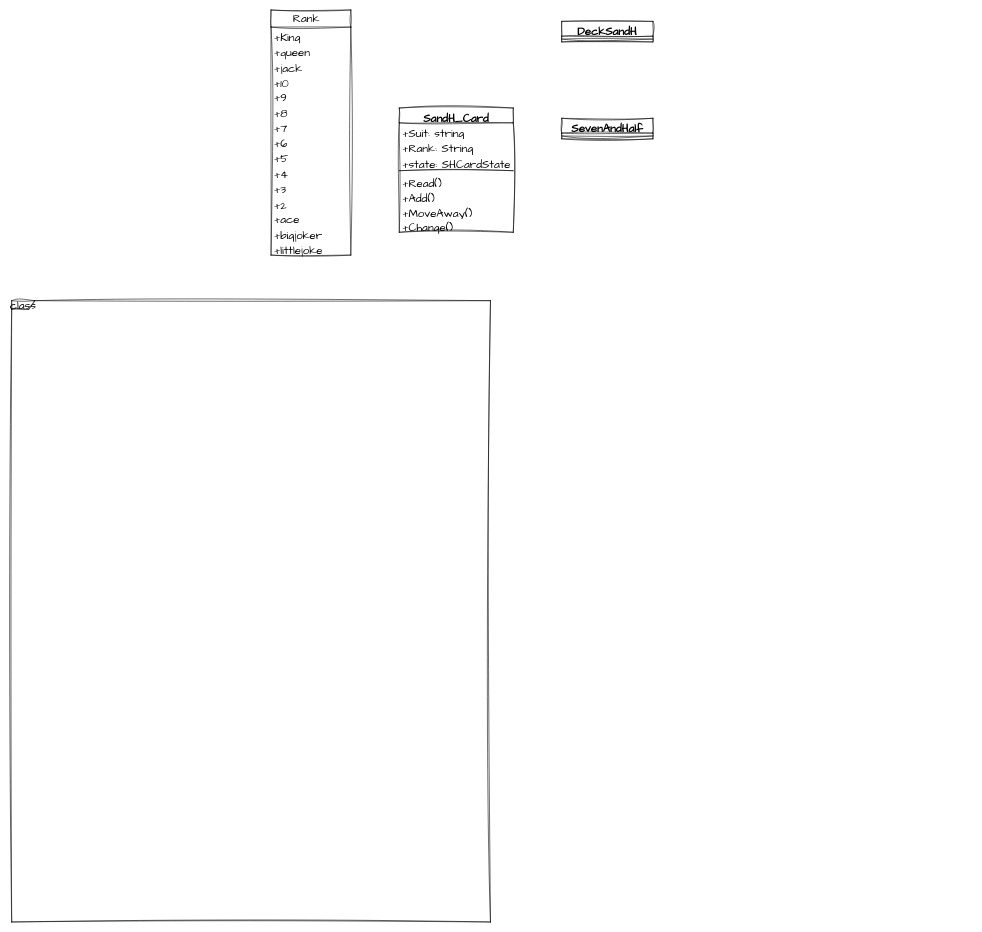
The draw.io diagram draw/1类图.drawio in gyyst/img, before the edit. Source tidied: cells renumbered, new cells numbered last; positions are measured from the earlier drawing's top-left corner, leaving out a move shared by most shapes. Both pictures are drawn from the tidied source at 57%, with x=0, y=0 at pixel (11, 10).
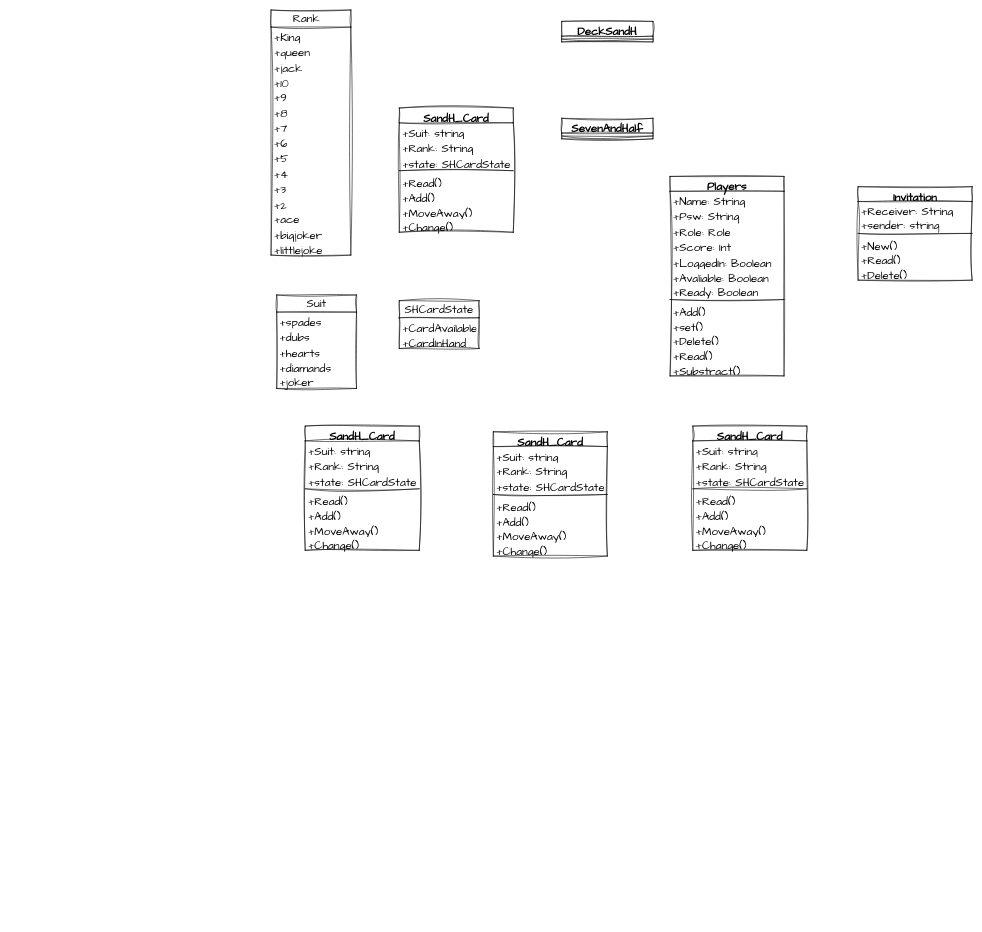
The same page after the edit.

Change to the diagram source:
```diff
@@
-    <mxCell id="2" value="class" style="shape=umlFrame;whiteSpace=wrap;html=1;sketch=1;hachureGap=4;jiggle=2;curveFitting=1;fontFamily=Architects Daughter;fontSize=20;width=40;height=15;" parent="1" vertex="1">
-      <mxGeometry y="510" width="840" height="1090" as="geometry" />
-    </mxCell>
@@
+    <mxCell id="32" value="Suit" style="swimlane;fontStyle=0;horizontal=1;startSize=30;fillColor=none;whiteSpace=wrap;html=1;sketch=1;hachureGap=4;jiggle=2;curveFitting=1;fontFamily=Architects Daughter;fontSize=20;" parent="1" vertex="1">
+      <mxGeometry x="465" y="500" width="140" height="164" as="geometry" />
+    </mxCell>
+    <mxCell id="33" value="+spades&lt;br/&gt;" style="text;strokeColor=none;fillColor=none;align=left;verticalAlign=top;spacingLeft=4;spacingRight=4;overflow=hidden;whiteSpace=wrap;html=1;fontSize=20;fontFamily=Architects Daughter;" parent="32" vertex="1">
+      <mxGeometry y="30" width="140" height="26" as="geometry" />
+    </mxCell>
+    <mxCell id="34" value="+dubs" style="text;strokeColor=none;fillColor=none;align=left;verticalAlign=top;spacingLeft=4;spacingRight=4;overflow=hidden;whiteSpace=wrap;html=1;fontSize=20;fontFamily=Architects Daughter;" parent="32" vertex="1">
+      <mxGeometry y="56" width="140" height="28" as="geometry" />
+    </mxCell>
+    <mxCell id="35" value="+hearts&lt;br/&gt;" style="text;strokeColor=none;fillColor=none;align=left;verticalAlign=top;spacingLeft=4;spacingRight=4;overflow=hidden;whiteSpace=wrap;html=1;fontSize=20;fontFamily=Architects Daughter;" parent="32" vertex="1">
+      <mxGeometry y="84" width="140" height="26" as="geometry" />
+    </mxCell>
+    <mxCell id="36" value="+diamands" style="text;strokeColor=none;fillColor=none;align=left;verticalAlign=top;spacingLeft=4;spacingRight=4;overflow=hidden;whiteSpace=wrap;html=1;fontSize=20;fontFamily=Architects Daughter;" parent="32" vertex="1">
+      <mxGeometry y="110" width="140" height="26" as="geometry" />
+    </mxCell>
+    <mxCell id="37" value="+joker&lt;br/&gt;" style="text;strokeColor=none;fillColor=none;align=left;verticalAlign=top;spacingLeft=4;spacingRight=4;overflow=hidden;whiteSpace=wrap;html=1;fontSize=20;fontFamily=Architects Daughter;" parent="32" vertex="1">
+      <mxGeometry y="136" width="140" height="28" as="geometry" />
+    </mxCell>
+    <mxCell id="38" value="SHCardState" style="swimlane;fontStyle=0;horizontal=1;startSize=30;fillColor=none;whiteSpace=wrap;html=1;sketch=1;hachureGap=4;jiggle=2;curveFitting=1;fontFamily=Architects Daughter;fontSize=20;" parent="1" vertex="1">
+      <mxGeometry x="680" y="510" width="140" height="84" as="geometry" />
+    </mxCell>
+    <mxCell id="39" value="+CardAvailable" style="text;strokeColor=none;fillColor=none;align=left;verticalAlign=top;spacingLeft=4;spacingRight=4;overflow=hidden;whiteSpace=wrap;html=1;fontSize=20;fontFamily=Architects Daughter;" parent="38" vertex="1">
+      <mxGeometry y="30" width="140" height="26" as="geometry" />
+    </mxCell>
+    <mxCell id="40" value="+CardInHand" style="text;strokeColor=none;fillColor=none;align=left;verticalAlign=top;spacingLeft=4;spacingRight=4;overflow=hidden;whiteSpace=wrap;html=1;fontSize=20;fontFamily=Architects Daughter;" parent="38" vertex="1">
+      <mxGeometry y="56" width="140" height="28" as="geometry" />
+    </mxCell>
+    <mxCell id="41" value="Players" style="swimlane;fontStyle=1;align=center;verticalAlign=top;horizontal=1;startSize=26;whiteSpace=wrap;html=1;sketch=1;hachureGap=4;jiggle=2;curveFitting=1;fontFamily=Architects Daughter;fontSize=20;" parent="1" vertex="1">
+      <mxGeometry x="1155" y="292" width="200" height="350" as="geometry" />
+    </mxCell>
+    <mxCell id="42" value="+Name: String&lt;br/&gt;" style="text;strokeColor=none;fillColor=none;align=left;verticalAlign=top;spacingLeft=4;spacingRight=4;overflow=hidden;whiteSpace=wrap;html=1;fontSize=20;fontFamily=Architects Daughter;" parent="41" vertex="1">
+      <mxGeometry y="26" width="200" height="26" as="geometry" />
+    </mxCell>
+    <mxCell id="43" value="+Psw: String" style="text;strokeColor=none;fillColor=none;align=left;verticalAlign=top;spacingLeft=4;spacingRight=4;overflow=hidden;whiteSpace=wrap;html=1;fontSize=20;fontFamily=Architects Daughter;" parent="41" vertex="1">
+      <mxGeometry y="52" width="200" height="28" as="geometry" />
+    </mxCell>
+    <mxCell id="44" value="+Role: Role" style="text;strokeColor=none;fillColor=none;align=left;verticalAlign=top;spacingLeft=4;spacingRight=4;overflow=hidden;whiteSpace=wrap;html=1;fontSize=20;fontFamily=Architects Daughter;" parent="41" vertex="1">
+      <mxGeometry y="80" width="200" height="26" as="geometry" />
+    </mxCell>
+    <mxCell id="45" value="+Score: Int" style="text;strokeColor=none;fillColor=none;align=left;verticalAlign=top;spacingLeft=4;spacingRight=4;overflow=hidden;whiteSpace=wrap;html=1;fontSize=20;fontFamily=Architects Daughter;" parent="41" vertex="1">
+      <mxGeometry y="106" width="200" height="28" as="geometry" />
+    </mxCell>
+    <mxCell id="46" value="+LoggedIn: Boolean" style="text;strokeColor=none;fillColor=none;align=left;verticalAlign=top;spacingLeft=4;spacingRight=4;overflow=hidden;whiteSpace=wrap;html=1;fontSize=20;fontFamily=Architects Daughter;" parent="41" vertex="1">
+      <mxGeometry y="134" width="200" height="26" as="geometry" />
+    </mxCell>
+    <mxCell id="47" value="+Avaliable: Boolean" style="text;strokeColor=none;fillColor=none;align=left;verticalAlign=top;spacingLeft=4;spacingRight=4;overflow=hidden;whiteSpace=wrap;html=1;fontSize=20;fontFamily=Architects Daughter;" parent="41" vertex="1">
+      <mxGeometry y="160" width="200" height="26" as="geometry" />
+    </mxCell>
+    <mxCell id="48" value="+Ready: Boolean" style="text;strokeColor=none;fillColor=none;align=left;verticalAlign=top;spacingLeft=4;spacingRight=4;overflow=hidden;whiteSpace=wrap;html=1;fontSize=20;fontFamily=Architects Daughter;" parent="41" vertex="1">
+      <mxGeometry y="186" width="200" height="26" as="geometry" />
+    </mxCell>
+    <mxCell id="49" style="line;strokeWidth=1;fillColor=none;align=left;verticalAlign=middle;spacingTop=-1;spacingLeft=3;spacingRight=3;labelPosition=right;strokeColor=inherit;sketch=1;hachureGap=4;jiggle=2;curveFitting=1;fontFamily=Architects Daughter;fontSize=20;" parent="41" vertex="1">
+      <mxGeometry y="212" width="200" height="8" as="geometry" />
+    </mxCell>
+    <mxCell id="50" value="+Add()" style="text;strokeColor=none;fillColor=none;align=left;verticalAlign=top;spacingLeft=4;spacingRight=4;overflow=hidden;whiteSpace=wrap;html=1;fontSize=20;fontFamily=Architects Daughter;" parent="41" vertex="1">
+      <mxGeometry y="220" width="200" height="26" as="geometry" />
+    </mxCell>
+    <mxCell id="51" value="+set()&lt;br/&gt;" style="text;strokeColor=none;fillColor=none;align=left;verticalAlign=top;spacingLeft=4;spacingRight=4;overflow=hidden;whiteSpace=wrap;html=1;fontSize=20;fontFamily=Architects Daughter;" parent="41" vertex="1">
+      <mxGeometry y="246" width="200" height="26" as="geometry" />
+    </mxCell>
+    <mxCell id="52" value="+Delete()&lt;br/&gt;" style="text;strokeColor=none;fillColor=none;align=left;verticalAlign=top;spacingLeft=4;spacingRight=4;overflow=hidden;whiteSpace=wrap;html=1;fontSize=20;fontFamily=Architects Daughter;" parent="41" vertex="1">
+      <mxGeometry y="272" width="200" height="26" as="geometry" />
+    </mxCell>
+    <mxCell id="53" value="+Read()&lt;br/&gt;" style="text;strokeColor=none;fillColor=none;align=left;verticalAlign=top;spacingLeft=4;spacingRight=4;overflow=hidden;whiteSpace=wrap;html=1;fontSize=20;fontFamily=Architects Daughter;" parent="41" vertex="1">
+      <mxGeometry y="298" width="200" height="26" as="geometry" />
+    </mxCell>
+    <mxCell id="54" value="+Substract()&lt;br/&gt;" style="text;strokeColor=none;fillColor=none;align=left;verticalAlign=top;spacingLeft=4;spacingRight=4;overflow=hidden;whiteSpace=wrap;html=1;fontSize=20;fontFamily=Architects Daughter;" parent="41" vertex="1">
+      <mxGeometry y="324" width="200" height="26" as="geometry" />
+    </mxCell>
+    <mxCell id="55" value="Invitation&lt;br/&gt;" style="swimlane;fontStyle=1;align=center;verticalAlign=top;horizontal=1;startSize=26;whiteSpace=wrap;html=1;sketch=1;hachureGap=4;jiggle=2;curveFitting=1;fontFamily=Architects Daughter;fontSize=20;" parent="1" vertex="1">
+      <mxGeometry x="1485" y="310" width="200" height="164" as="geometry" />
+    </mxCell>
+    <mxCell id="56" value="+Receiver: String" style="text;strokeColor=none;fillColor=none;align=left;verticalAlign=top;spacingLeft=4;spacingRight=4;overflow=hidden;whiteSpace=wrap;html=1;fontSize=20;fontFamily=Architects Daughter;" parent="55" vertex="1">
+      <mxGeometry y="26" width="200" height="24" as="geometry" />
+    </mxCell>
+    <mxCell id="57" value="+sender: string" style="text;strokeColor=none;fillColor=none;align=left;verticalAlign=top;spacingLeft=4;spacingRight=4;overflow=hidden;whiteSpace=wrap;html=1;fontSize=20;fontFamily=Architects Daughter;" parent="55" vertex="1">
+      <mxGeometry y="50" width="200" height="28" as="geometry" />
+    </mxCell>
+    <mxCell id="58" style="line;strokeWidth=1;fillColor=none;align=left;verticalAlign=middle;spacingTop=-1;spacingLeft=3;spacingRight=3;labelPosition=right;strokeColor=inherit;sketch=1;hachureGap=4;jiggle=2;curveFitting=1;fontFamily=Architects Daughter;fontSize=20;" parent="55" vertex="1">
+      <mxGeometry y="78" width="200" height="8" as="geometry" />
+    </mxCell>
+    <mxCell id="59" value="+New()" style="text;strokeColor=none;fillColor=none;align=left;verticalAlign=top;spacingLeft=4;spacingRight=4;overflow=hidden;whiteSpace=wrap;html=1;fontSize=20;fontFamily=Architects Daughter;" parent="55" vertex="1">
+      <mxGeometry y="86" width="200" height="26" as="geometry" />
+    </mxCell>
+    <mxCell id="60" value="+Read()" style="text;strokeColor=none;fillColor=none;align=left;verticalAlign=top;spacingLeft=4;spacingRight=4;overflow=hidden;whiteSpace=wrap;html=1;fontSize=20;fontFamily=Architects Daughter;" parent="55" vertex="1">
+      <mxGeometry y="112" width="200" height="26" as="geometry" />
+    </mxCell>
+    <mxCell id="61" value="+Delete()&lt;br/&gt;" style="text;strokeColor=none;fillColor=none;align=left;verticalAlign=top;spacingLeft=4;spacingRight=4;overflow=hidden;whiteSpace=wrap;html=1;fontSize=20;fontFamily=Architects Daughter;" parent="55" vertex="1">
+      <mxGeometry y="138" width="200" height="26" as="geometry" />
+    </mxCell>
+    <mxCell id="62" value="SandH_Card" style="swimlane;fontStyle=1;align=center;verticalAlign=top;horizontal=1;startSize=26;whiteSpace=wrap;html=1;sketch=1;hachureGap=4;jiggle=2;curveFitting=1;fontFamily=Architects Daughter;fontSize=20;" parent="1" vertex="1">
+      <mxGeometry x="1195" y="730" width="200" height="218" as="geometry" />
+    </mxCell>
+    <mxCell id="63" value="+Suit: string" style="text;strokeColor=none;fillColor=none;align=left;verticalAlign=top;spacingLeft=4;spacingRight=4;overflow=hidden;whiteSpace=wrap;html=1;fontSize=20;fontFamily=Architects Daughter;" parent="62" vertex="1">
+      <mxGeometry y="26" width="200" height="26" as="geometry" />
+    </mxCell>
+    <mxCell id="64" value="+Rank: String" style="text;strokeColor=none;fillColor=none;align=left;verticalAlign=top;spacingLeft=4;spacingRight=4;overflow=hidden;whiteSpace=wrap;html=1;fontSize=20;fontFamily=Architects Daughter;" parent="62" vertex="1">
+      <mxGeometry y="52" width="200" height="28" as="geometry" />
+    </mxCell>
+    <mxCell id="65" value="+state: SHCardState&lt;br/&gt;" style="text;strokeColor=none;fillColor=none;align=left;verticalAlign=top;spacingLeft=4;spacingRight=4;overflow=hidden;whiteSpace=wrap;html=1;fontSize=20;fontFamily=Architects Daughter;" parent="62" vertex="1">
+      <mxGeometry y="80" width="200" height="26" as="geometry" />
+    </mxCell>
+    <mxCell id="66" style="line;strokeWidth=1;fillColor=none;align=left;verticalAlign=middle;spacingTop=-1;spacingLeft=3;spacingRight=3;labelPosition=right;strokeColor=inherit;sketch=1;hachureGap=4;jiggle=2;curveFitting=1;fontFamily=Architects Daughter;fontSize=20;" parent="62" vertex="1">
+      <mxGeometry y="106" width="200" height="8" as="geometry" />
+    </mxCell>
+    <mxCell id="67" value="+Read()" style="text;strokeColor=none;fillColor=none;align=left;verticalAlign=top;spacingLeft=4;spacingRight=4;overflow=hidden;whiteSpace=wrap;html=1;fontSize=20;fontFamily=Architects Daughter;" parent="62" vertex="1">
+      <mxGeometry y="114" width="200" height="26" as="geometry" />
+    </mxCell>
+    <mxCell id="68" value="+Add()" style="text;strokeColor=none;fillColor=none;align=left;verticalAlign=top;spacingLeft=4;spacingRight=4;overflow=hidden;whiteSpace=wrap;html=1;fontSize=20;fontFamily=Architects Daughter;" parent="62" vertex="1">
+      <mxGeometry y="140" width="200" height="26" as="geometry" />
+    </mxCell>
+    <mxCell id="69" value="+MoveAway()" style="text;strokeColor=none;fillColor=none;align=left;verticalAlign=top;spacingLeft=4;spacingRight=4;overflow=hidden;whiteSpace=wrap;html=1;fontSize=20;fontFamily=Architects Daughter;" parent="62" vertex="1">
+      <mxGeometry y="166" width="200" height="26" as="geometry" />
+    </mxCell>
+    <mxCell id="70" value="+Change()&lt;br/&gt;" style="text;strokeColor=none;fillColor=none;align=left;verticalAlign=top;spacingLeft=4;spacingRight=4;overflow=hidden;whiteSpace=wrap;html=1;fontSize=20;fontFamily=Architects Daughter;" parent="62" vertex="1">
+      <mxGeometry y="192" width="200" height="26" as="geometry" />
+    </mxCell>
+    <mxCell id="71" value="SandH_Card" style="swimlane;fontStyle=1;align=center;verticalAlign=top;horizontal=1;startSize=26;whiteSpace=wrap;html=1;sketch=1;hachureGap=4;jiggle=2;curveFitting=1;fontFamily=Architects Daughter;fontSize=20;" parent="1" vertex="1">
+      <mxGeometry x="845" y="740" width="200" height="218" as="geometry" />
+    </mxCell>
+    <mxCell id="72" value="+Suit: string" style="text;strokeColor=none;fillColor=none;align=left;verticalAlign=top;spacingLeft=4;spacingRight=4;overflow=hidden;whiteSpace=wrap;html=1;fontSize=20;fontFamily=Architects Daughter;" parent="71" vertex="1">
+      <mxGeometry y="26" width="200" height="26" as="geometry" />
+    </mxCell>
+    <mxCell id="73" value="+Rank: String" style="text;strokeColor=none;fillColor=none;align=left;verticalAlign=top;spacingLeft=4;spacingRight=4;overflow=hidden;whiteSpace=wrap;html=1;fontSize=20;fontFamily=Architects Daughter;" parent="71" vertex="1">
+      <mxGeometry y="52" width="200" height="28" as="geometry" />
+    </mxCell>
+    <mxCell id="74" value="+state: SHCardState&lt;br/&gt;" style="text;strokeColor=none;fillColor=none;align=left;verticalAlign=top;spacingLeft=4;spacingRight=4;overflow=hidden;whiteSpace=wrap;html=1;fontSize=20;fontFamily=Architects Daughter;" parent="71" vertex="1">
+      <mxGeometry y="80" width="200" height="26" as="geometry" />
+    </mxCell>
+    <mxCell id="75" style="line;strokeWidth=1;fillColor=none;align=left;verticalAlign=middle;spacingTop=-1;spacingLeft=3;spacingRight=3;labelPosition=right;strokeColor=inherit;sketch=1;hachureGap=4;jiggle=2;curveFitting=1;fontFamily=Architects Daughter;fontSize=20;" parent="71" vertex="1">
+      <mxGeometry y="106" width="200" height="8" as="geometry" />
+    </mxCell>
+    <mxCell id="76" value="+Read()" style="text;strokeColor=none;fillColor=none;align=left;verticalAlign=top;spacingLeft=4;spacingRight=4;overflow=hidden;whiteSpace=wrap;html=1;fontSize=20;fontFamily=Architects Daughter;" parent="71" vertex="1">
+      <mxGeometry y="114" width="200" height="26" as="geometry" />
+    </mxCell>
+    <mxCell id="77" value="+Add()" style="text;strokeColor=none;fillColor=none;align=left;verticalAlign=top;spacingLeft=4;spacingRight=4;overflow=hidden;whiteSpace=wrap;html=1;fontSize=20;fontFamily=Architects Daughter;" parent="71" vertex="1">
+      <mxGeometry y="140" width="200" height="26" as="geometry" />
+    </mxCell>
+    <mxCell id="78" value="+MoveAway()" style="text;strokeColor=none;fillColor=none;align=left;verticalAlign=top;spacingLeft=4;spacingRight=4;overflow=hidden;whiteSpace=wrap;html=1;fontSize=20;fontFamily=Architects Daughter;" parent="71" vertex="1">
+      <mxGeometry y="166" width="200" height="26" as="geometry" />
+    </mxCell>
+    <mxCell id="79" value="+Change()&lt;br/&gt;" style="text;strokeColor=none;fillColor=none;align=left;verticalAlign=top;spacingLeft=4;spacingRight=4;overflow=hidden;whiteSpace=wrap;html=1;fontSize=20;fontFamily=Architects Daughter;" parent="71" vertex="1">
+      <mxGeometry y="192" width="200" height="26" as="geometry" />
+    </mxCell>
+    <mxCell id="80" value="SandH_Card" style="swimlane;fontStyle=1;align=center;verticalAlign=top;horizontal=1;startSize=26;whiteSpace=wrap;html=1;sketch=1;hachureGap=4;jiggle=2;curveFitting=1;fontFamily=Architects Daughter;fontSize=20;" parent="1" vertex="1">
+      <mxGeometry x="515" y="730" width="200" height="218" as="geometry" />
+    </mxCell>
+    <mxCell id="81" value="+Suit: string" style="text;strokeColor=none;fillColor=none;align=left;verticalAlign=top;spacingLeft=4;spacingRight=4;overflow=hidden;whiteSpace=wrap;html=1;fontSize=20;fontFamily=Architects Daughter;" parent="80" vertex="1">
+      <mxGeometry y="26" width="200" height="26" as="geometry" />
+    </mxCell>
+    <mxCell id="82" value="+Rank: String" style="text;strokeColor=none;fillColor=none;align=left;verticalAlign=top;spacingLeft=4;spacingRight=4;overflow=hidden;whiteSpace=wrap;html=1;fontSize=20;fontFamily=Architects Daughter;" parent="80" vertex="1">
+      <mxGeometry y="52" width="200" height="28" as="geometry" />
+    </mxCell>
+    <mxCell id="83" value="+state: SHCardState&lt;br/&gt;" style="text;strokeColor=none;fillColor=none;align=left;verticalAlign=top;spacingLeft=4;spacingRight=4;overflow=hidden;whiteSpace=wrap;html=1;fontSize=20;fontFamily=Architects Daughter;" parent="80" vertex="1">
+      <mxGeometry y="80" width="200" height="26" as="geometry" />
+    </mxCell>
+    <mxCell id="84" style="line;strokeWidth=1;fillColor=none;align=left;verticalAlign=middle;spacingTop=-1;spacingLeft=3;spacingRight=3;labelPosition=right;strokeColor=inherit;sketch=1;hachureGap=4;jiggle=2;curveFitting=1;fontFamily=Architects Daughter;fontSize=20;" parent="80" vertex="1">
+      <mxGeometry y="106" width="200" height="8" as="geometry" />
+    </mxCell>
+    <mxCell id="85" value="+Read()" style="text;strokeColor=none;fillColor=none;align=left;verticalAlign=top;spacingLeft=4;spacingRight=4;overflow=hidden;whiteSpace=wrap;html=1;fontSize=20;fontFamily=Architects Daughter;" parent="80" vertex="1">
+      <mxGeometry y="114" width="200" height="26" as="geometry" />
+    </mxCell>
+    <mxCell id="86" value="+Add()" style="text;strokeColor=none;fillColor=none;align=left;verticalAlign=top;spacingLeft=4;spacingRight=4;overflow=hidden;whiteSpace=wrap;html=1;fontSize=20;fontFamily=Architects Daughter;" parent="80" vertex="1">
+      <mxGeometry y="140" width="200" height="26" as="geometry" />
+    </mxCell>
+    <mxCell id="87" value="+MoveAway()" style="text;strokeColor=none;fillColor=none;align=left;verticalAlign=top;spacingLeft=4;spacingRight=4;overflow=hidden;whiteSpace=wrap;html=1;fontSize=20;fontFamily=Architects Daughter;" parent="80" vertex="1">
+      <mxGeometry y="166" width="200" height="26" as="geometry" />
+    </mxCell>
+    <mxCell id="88" value="+Change()&lt;br/&gt;" style="text;strokeColor=none;fillColor=none;align=left;verticalAlign=top;spacingLeft=4;spacingRight=4;overflow=hidden;whiteSpace=wrap;html=1;fontSize=20;fontFamily=Architects Daughter;" parent="80" vertex="1">
+      <mxGeometry y="192" width="200" height="26" as="geometry" />
+    </mxCell>
```
